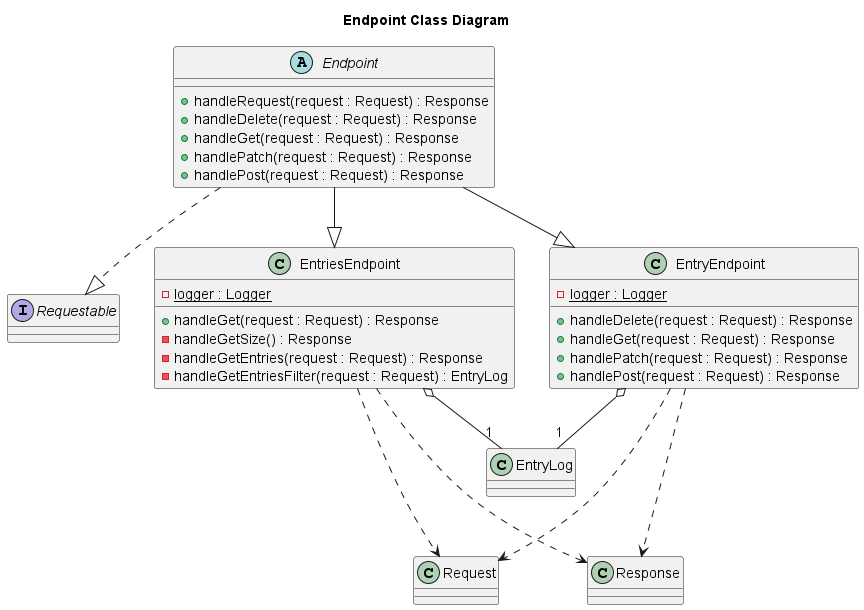
Before: docs/static/backend/EndpointClassDiagram.png, a diagram exported from PlantUML (nus-cs2113-AY2223S2/tp).
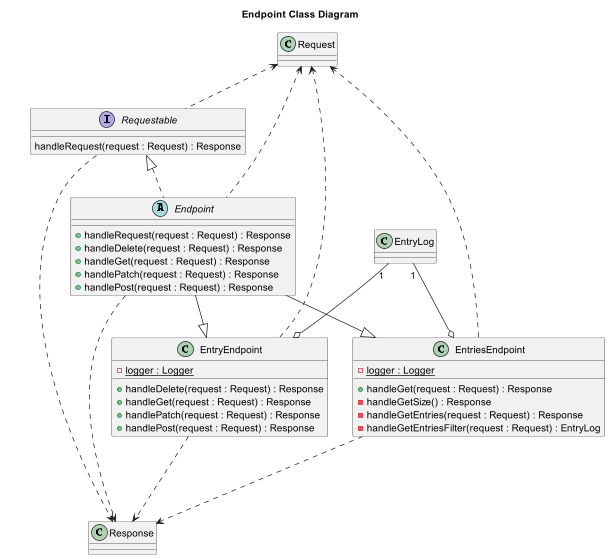
The same file after the commit.

Commit message:
docs: fix http model and endpoint bug

Diff of the diagram source:
```diff
@@ -9,15 +9,20 @@
 class EntriesEndpoint
 class EntryLog
 
-Endpoint ..|> Requestable
+Request <.. Endpoint
+Request <.. EntryEndpoint
+Request <.. EntriesEndpoint
+Request <.. Requestable
+
+Requestable <|.. Endpoint
 Endpoint --|> EntryEndpoint
 Endpoint --|> EntriesEndpoint
-EntryEndpoint o-- "1" EntryLog
-EntriesEndpoint o-- "1" EntryLog
-EntryEndpoint ...> Request
+EntryLog "1" --o EntryEndpoint
+EntryLog "1" --o EntriesEndpoint
+Endpoint ...> Response
 EntryEndpoint ...> Response
-EntriesEndpoint ...> Request
 EntriesEndpoint ...> Response
+Requestable ...> Response
 
 abstract class Endpoint {
 + handleRequest(request : Request) : Response
@@ -43,4 +48,8 @@
 - handleGetEntriesFilter(request : Request) : EntryLog
 }
 
+interface Requestable {
+    handleRequest(request : Request) : Response
+}
+
 @enduml
```
